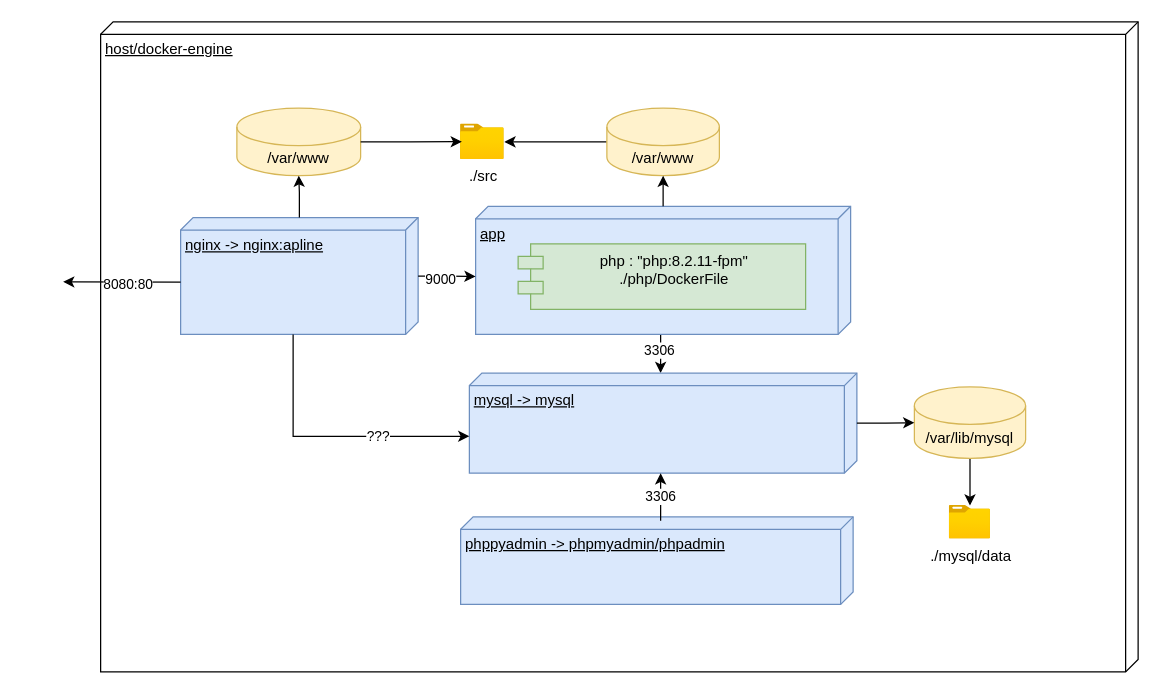
bartvoet/assignment-ehb-security-review-adamlenez keeps this draw.io diagram as architecture/security_review.drawio. Above is the earlier version. Source tidied: cells renumbered, new cells numbered last; positions are measured from the earlier drawing's top-left corner, leaving out a move shared by most shapes. Both pictures are drawn from the tidied source at 125%, with x=0, y=0 at pixel (62, 21).
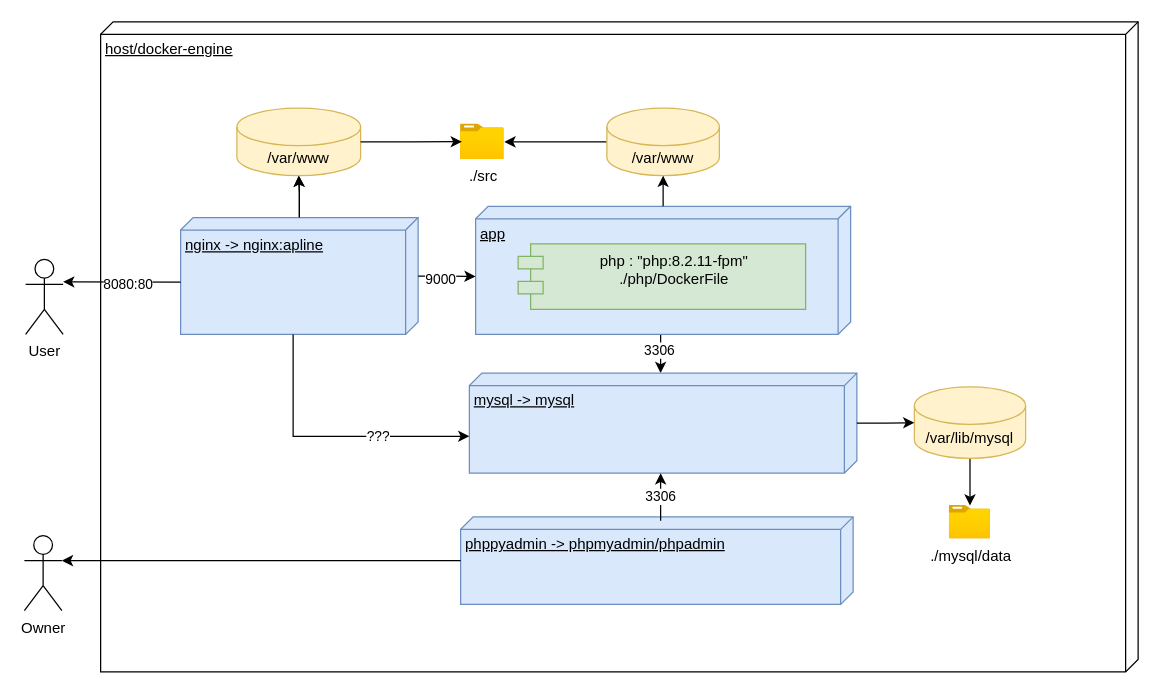
The same diagram, later.

Unchanged cells that the change refers to:
```xml
<mxCell id="10" value="nginx -&amp;gt; nginx:apline" style="verticalAlign=top;align=left;spacingTop=8;spacingLeft=2;spacingRight=12;shape=cube;size=10;direction=south;fontStyle=4;html=1;whiteSpace=wrap;fillColor=#dae8fc;strokeColor=#6c8ebf;" parent="1" vertex="1">
  <mxGeometry x="94" y="156.5" width="190" height="93.5" as="geometry" />
</mxCell>
<mxCell id="14" value="phppyadmin -&amp;gt; phpmyadmin/phpadmin" style="verticalAlign=top;align=left;spacingTop=8;spacingLeft=2;spacingRight=12;shape=cube;size=10;direction=south;fontStyle=4;html=1;whiteSpace=wrap;fillColor=#dae8fc;strokeColor=#6c8ebf;" parent="1" vertex="1">
  <mxGeometry x="318" y="396" width="314" height="70" as="geometry" />
</mxCell>
<mxCell id="22" value="/var/www" style="shape=cylinder3;whiteSpace=wrap;html=1;boundedLbl=1;backgroundOutline=1;size=15;fillColor=#fff2cc;strokeColor=#d6b656;" parent="1" vertex="1">
  <mxGeometry x="139" y="69" width="99" height="54" as="geometry" />
</mxCell>
```

Diff of the diagram source:
```diff
@@
+    <mxCell id="28" style="edgeStyle=orthogonalEdgeStyle;rounded=0;jettySize=auto;html=1;" parent="1" edge="1" source="10" target="22">
+      <mxGeometry relative="1" as="geometry" />
+    </mxCell>
@@
+    <mxCell id="29" value="User" style="shape=umlActor;verticalLabelPosition=bottom;verticalAlign=top;html=1;" parent="1" vertex="1">
+      <mxGeometry x="-30" y="190" width="30" height="60" as="geometry" />
+    </mxCell>
+    <mxCell id="30" value="Owner" style="shape=umlActor;verticalLabelPosition=bottom;verticalAlign=top;html=1;outlineConnect=0;" parent="1" vertex="1">
+      <mxGeometry x="-31" y="411" width="30" height="60" as="geometry" />
+    </mxCell>
+    <mxCell id="31" style="edgeStyle=orthogonalEdgeStyle;rounded=0;jettySize=auto;html=1;entryX=1;entryY=0.3333333333333333;entryDx=0;entryDy=0;entryPerimeter=0;" parent="1" edge="1" source="14" target="30">
+      <mxGeometry relative="1" as="geometry" />
+    </mxCell>
```
